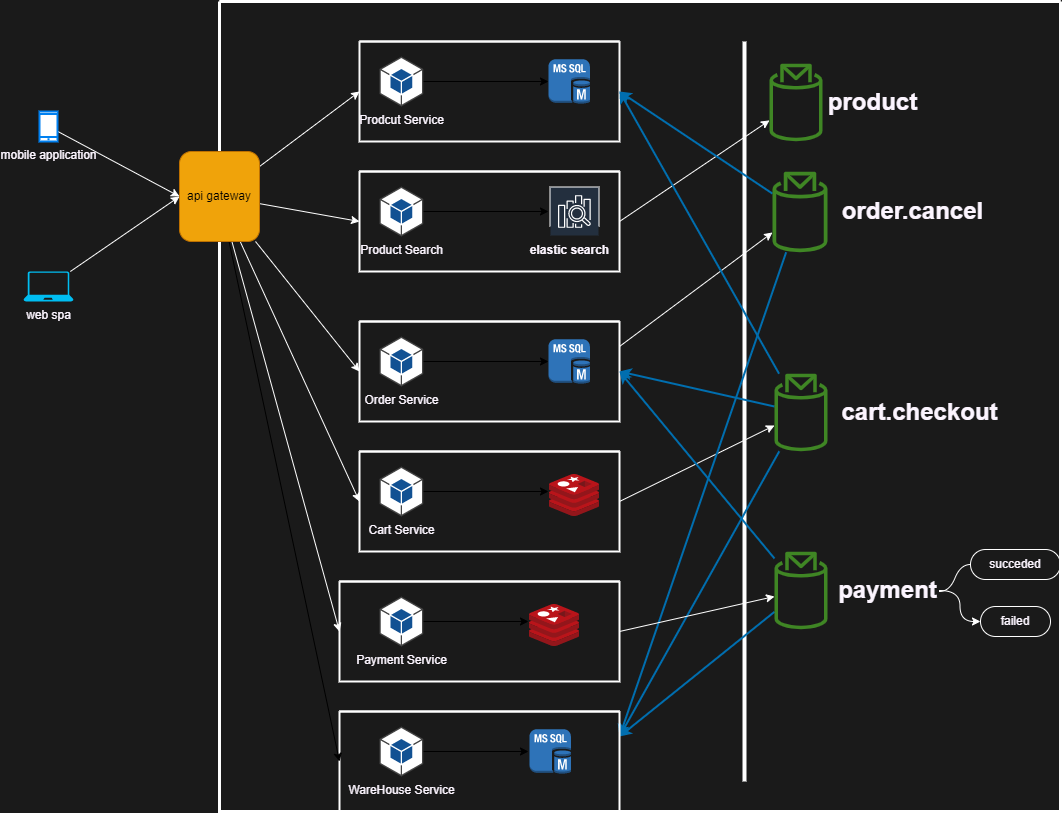
Before: diagrams/imgs/serviceArch.png, a diagram exported from draw.io (abdo1819/MicroservicesTask). Source tidied: cells renumbered, new cells last; positions are measured from the earlier drawing's top-left corner, leaving out a move shared by most shapes.
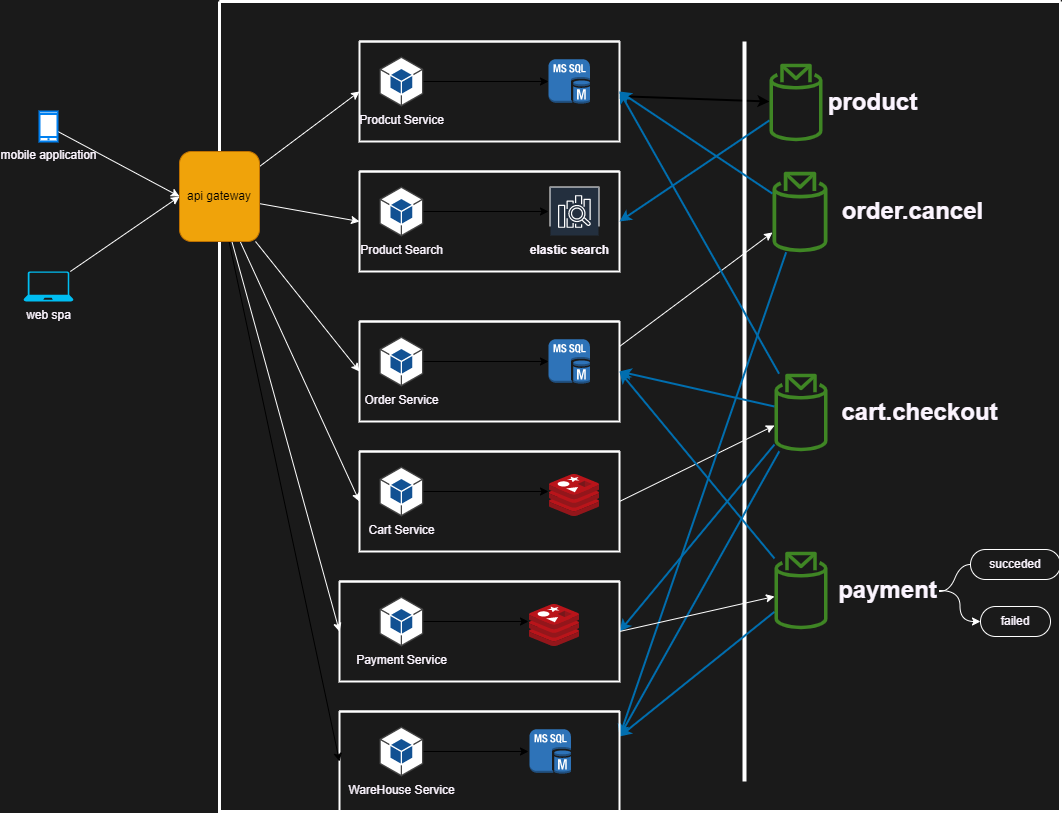
Later version of the same file.

Commit message:
sync diagram with doc

Diff of the diagram source:
```diff
@@ -5,6 +5,9 @@
     <mxCell id="2" style="swimlane;startSize=0;strokeWidth=3;strokeColor=#FFFFFF;" parent="1" vertex="1">
       <mxGeometry x="196" width="841" height="810" as="geometry" />
     </mxCell>
+    <mxCell id="63" style="edgeStyle=none;html=1;strokeWidth=2;" parent="2" edge="1" source="3" target="24">
+      <mxGeometry relative="1" as="geometry" />
+    </mxCell>
     <mxCell id="3" style="swimlane;startSize=0;fontColor=#FCF5FF;strokeWidth=2;strokeColor=#FAFAFA;" parent="2" vertex="1">
       <mxGeometry x="140" y="40" width="260" height="100" as="geometry" />
     </mxCell>
@@ -52,9 +55,6 @@
     <mxCell id="17" style="line;strokeWidth=4;direction=south;html=1;perimeter=backbonePerimeter;fillColor=#f9f7ed;strokeColor=#FFFFFF;" parent="2" vertex="1">
       <mxGeometry x="520" y="40" width="10" height="740" as="geometry" />
     </mxCell>
-    <mxCell id="18" style="edgeStyle=none;html=1;exitX=1;exitY=0.5;exitDx=0;exitDy=0;fontColor=#FCF5FF;strokeColor=#FFFFFF;" parent="2" edge="1" source="19" target="24">
-      <mxGeometry relative="1" as="geometry" />
-    </mxCell>
     <mxCell id="19" style="swimlane;startSize=0;fontColor=#FCF5FF;strokeWidth=2;strokeColor=#FFFFFF;" parent="2" vertex="1">
       <mxGeometry x="140" y="170" width="260" height="100" as="geometry" />
     </mxCell>
@@ -72,6 +72,9 @@
     <mxCell id="23" value="&lt;p style=&quot;line-height: 1.2&quot;&gt;&lt;font style=&quot;font-size: 12px&quot;&gt;elastic search&lt;/font&gt;&lt;/p&gt;" style="text;strokeColor=none;fillColor=none;html=1;fontSize=24;fontStyle=1;verticalAlign=middle;align=center;fontColor=#FCF5FF;" parent="19" vertex="1">
       <mxGeometry x="160" y="55" width="100" height="40" as="geometry" />
     </mxCell>
+    <mxCell id="64" style="edgeStyle=none;html=1;entryX=1;entryY=0.5;entryDx=0;entryDy=0;strokeWidth=2;fillColor=#1ba1e2;strokeColor=#006EAF;" parent="2" edge="1" source="24" target="19">
+      <mxGeometry relative="1" as="geometry" />
+    </mxCell>
     <mxCell id="24" style="sketch=0;outlineConnect=0;fontColor=#FCF5FF;gradientColor=none;fillColor=#3F8624;strokeColor=none;dashed=0;verticalLabelPosition=bottom;verticalAlign=top;align=center;html=1;fontSize=12;fontStyle=0;shape=mxgraph.aws4.topic_2;" parent="2" vertex="1">
       <mxGeometry x="550" y="62" width="53" height="78" as="geometry" />
     </mxCell>
@@ -87,6 +90,9 @@
     <mxCell id="28" style="edgeStyle=none;html=1;entryX=1;entryY=0.25;entryDx=0;entryDy=0;fillColor=#1ba1e2;strokeColor=#006EAF;strokeWidth=2;" parent="2" edge="1" source="29" target="48">
       <mxGeometry relative="1" as="geometry" />
     </mxCell>
+    <mxCell id="65" style="edgeStyle=none;html=1;entryX=1;entryY=0.5;entryDx=0;entryDy=0;fillColor=#1ba1e2;strokeColor=#006EAF;strokeWidth=2;" parent="2" edge="1" source="29" target="36">
+      <mxGeometry relative="1" as="geometry" />
+    </mxCell>
     <mxCell id="29" style="sketch=0;outlineConnect=0;fontColor=#FCF5FF;gradientColor=none;fillColor=#3F8624;strokeColor=none;dashed=0;verticalLabelPosition=bottom;verticalAlign=top;align=center;html=1;fontSize=12;fontStyle=0;shape=mxgraph.aws4.topic_2;" parent="2" vertex="1">
       <mxGeometry x="555" y="372" width="53" height="78" as="geometry" />
     </mxCell>
```
